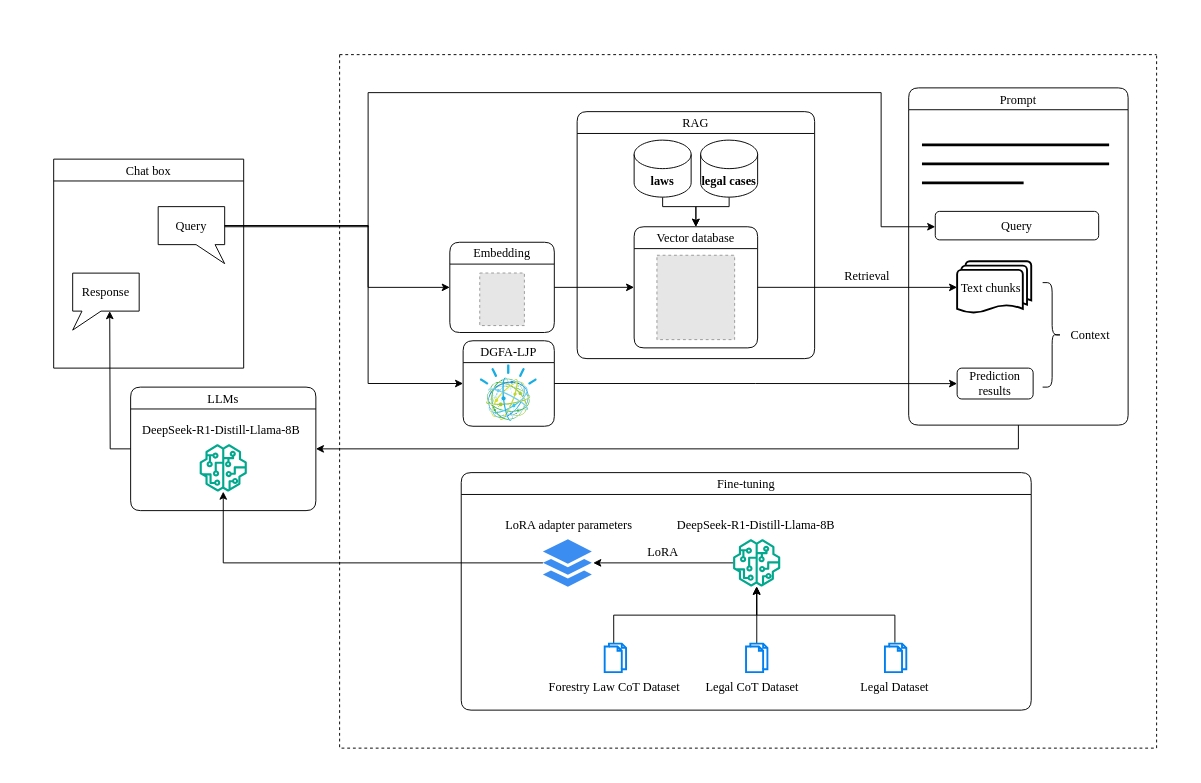
ArThur-Te/2025-21408 keeps this draw.io diagram as 未命名绘图.drawio. Above is the earlier version. Source tidied: cells renumbered, new cells numbered last; positions are measured from the earlier drawing's top-left corner, leaving out a move shared by most shapes. Both pictures are drawn from the tidied source at 95%, with x=0, y=0 at pixel (16, 16). Pictures stored in the file or linked from it are replaced by grey dashed boxes.
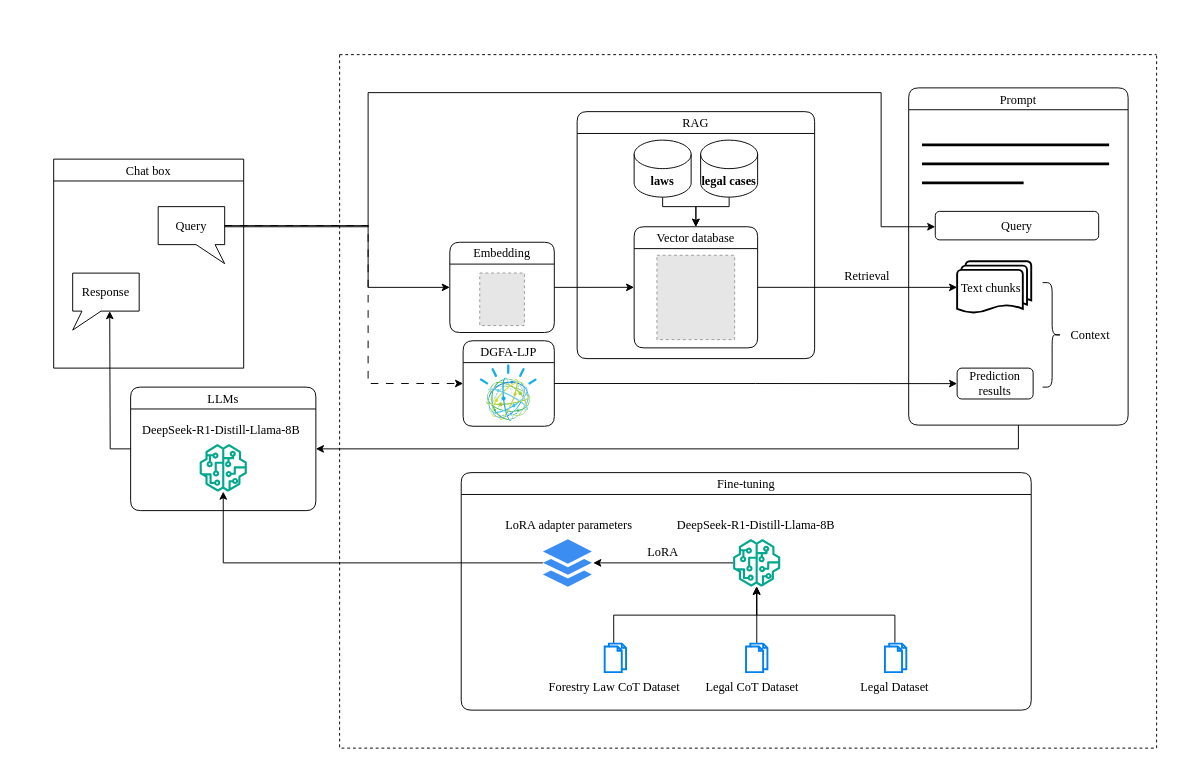
The same diagram, later.

Commit message:
更新未命名绘图.drawio

Unchanged cells that the change refers to:
```xml
<mxCell id="3" value="Query" style="shape=callout;whiteSpace=wrap;html=1;perimeter=calloutPerimeter;size=20;position=0.57;position2=1;base=20;fontFamily=Times New Roman;fontSize=13;" parent="2" vertex="1">
  <mxGeometry x="110" y="50" width="70" height="60" as="geometry" />
</mxCell>
<mxCell id="14" value="&lt;span style=&quot;font-weight: normal;&quot;&gt;DGFA-LJP&lt;/span&gt;" style="swimlane;whiteSpace=wrap;html=1;rounded=1;glass=0;fontFamily=Times New Roman;fontSize=13;startSize=23;" parent="12" vertex="1">
  <mxGeometry x="470" y="341.2" width="96" height="90" as="geometry" />
</mxCell>
```

The edit, as a diff of the source:
```diff
@@
-    <mxCell id="2" value="&lt;span style=&quot;font-weight: normal;&quot;&gt;Chat box&lt;/span&gt;" style="swimlane;whiteSpace=wrap;html=1;fontFamily=Times New Roman;fontSize=13;" parent="1" vertex="1">
+    <mxCell id="2" value="&lt;span style=&quot;font-weight: normal;&quot;&gt;Chat box&lt;/span&gt;" style="swimlane;whiteSpace=wrap;html=1;fontFamily=Times New Roman;fontSize=13;gradientColor=none;swimlaneFillColor=none;" parent="1" vertex="1">
       <mxGeometry x="39" y="150" width="200" height="220" as="geometry" />
     </mxCell>
@@
-    <mxCell id="52" style="edgeStyle=orthogonalEdgeStyle;rounded=0;jettySize=auto;html=1;exitX=0;exitY=0;exitDx=70;exitDy=20.000000000000004;exitPerimeter=0;entryX=0;entryY=0.5;entryDx=0;entryDy=0;fontSize=13;fontFamily=Times New Roman;" parent="1" edge="1" source="3" target="14">
+    <mxCell id="52" style="edgeStyle=orthogonalEdgeStyle;rounded=0;jettySize=auto;html=1;exitX=0;exitY=0;exitDx=70;exitDy=20.000000000000004;exitPerimeter=0;entryX=0;entryY=0.5;entryDx=0;entryDy=0;fontSize=13;fontFamily=Times New Roman;dashed=1;dashPattern=8 8;" parent="1" edge="1" source="3" target="14">
       <mxGeometry relative="1" as="geometry">
         <Array as="points">
           <mxPoint x="370" y="220" />
           <mxPoint x="370" y="386" />
         </Array>
       </mxGeometry>
     </mxCell>
```
